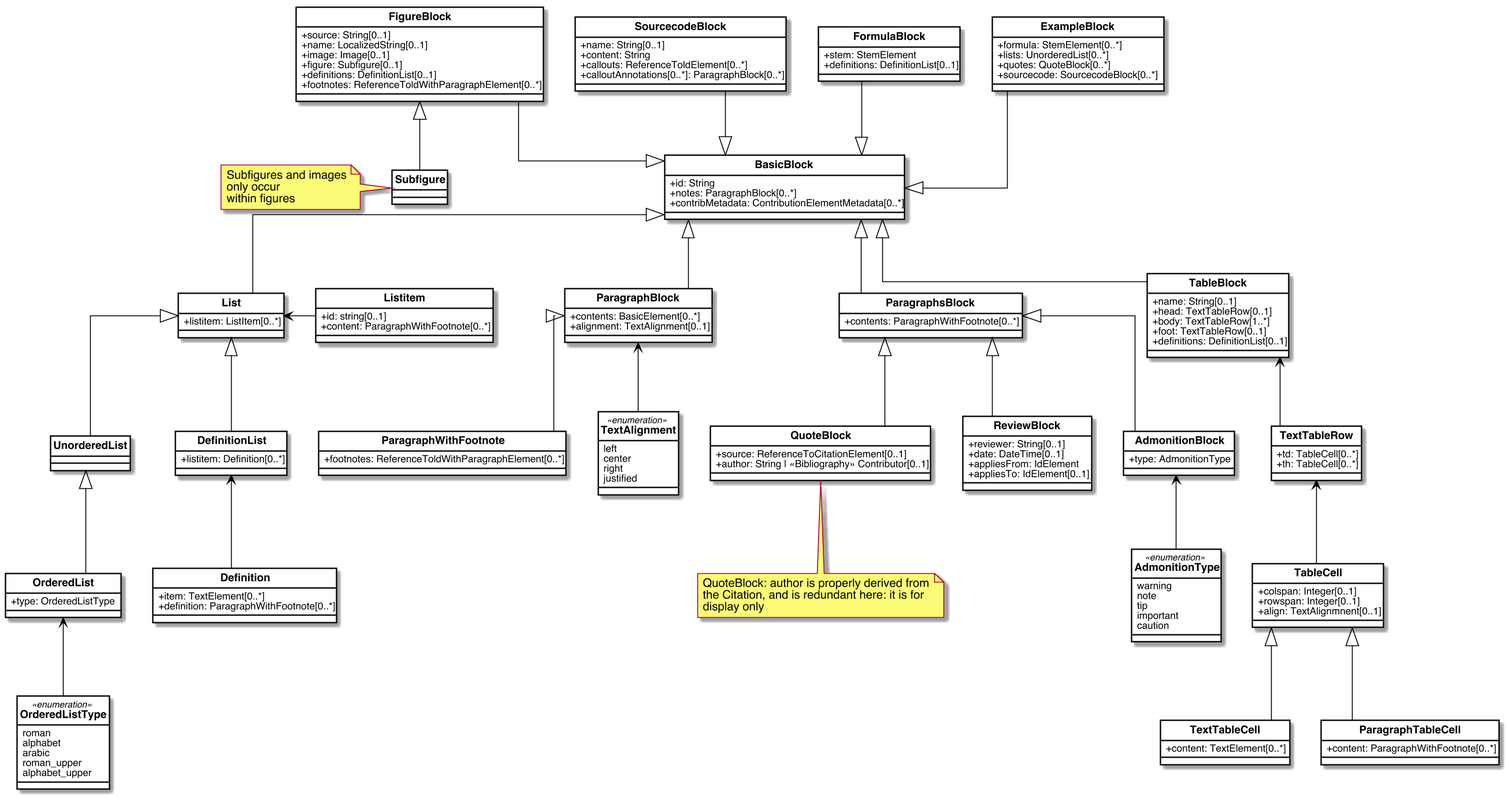
Before: images/Blocks.png, a diagram exported from PlantUML (metanorma/basicdoc-models).
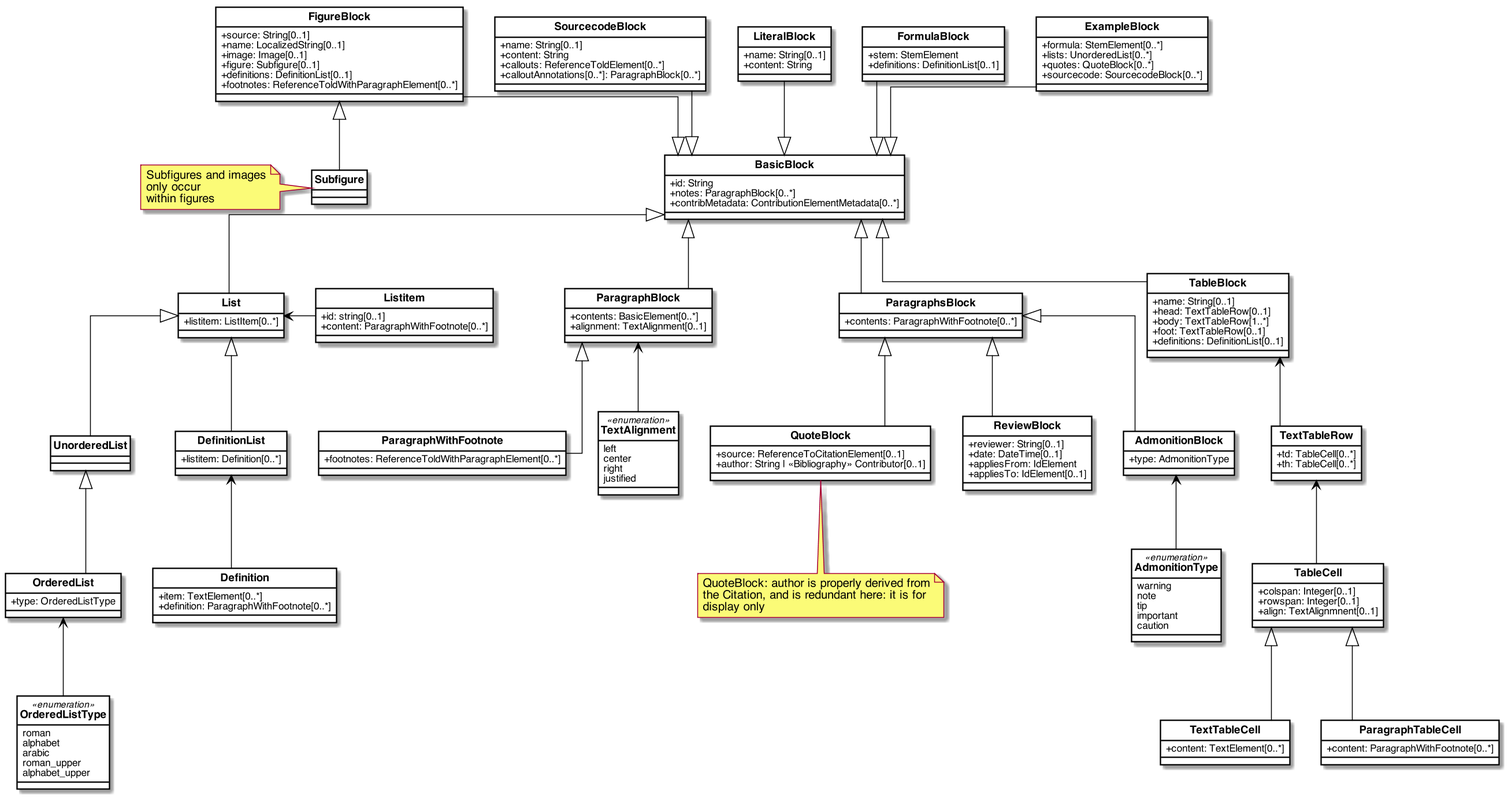
The same file after the commit.

What changed in the source:
```diff
@@ -65,6 +65,11 @@
     +content: String
     +callouts: ReferenceToldElement[0..*]
     +calloutAnnotations[0..*]: ParagraphBlock[0..*]
+}
+
+class LiteralBlock{
+    +name: String[0..1]
+    +content: String
 }
 
 class FormulaBlock{
@@ -189,6 +194,7 @@
 note left of Subfigure : Subfigures and images\nonly occur\nwithin figures
 
 FigureBlock --|> BasicBlock
+LiteralBlock --|> BasicBlock
 SourcecodeBlock --|> BasicBlock
 FormulaBlock --|> BasicBlock
 ExampleBlock --|> BasicBlock
```
